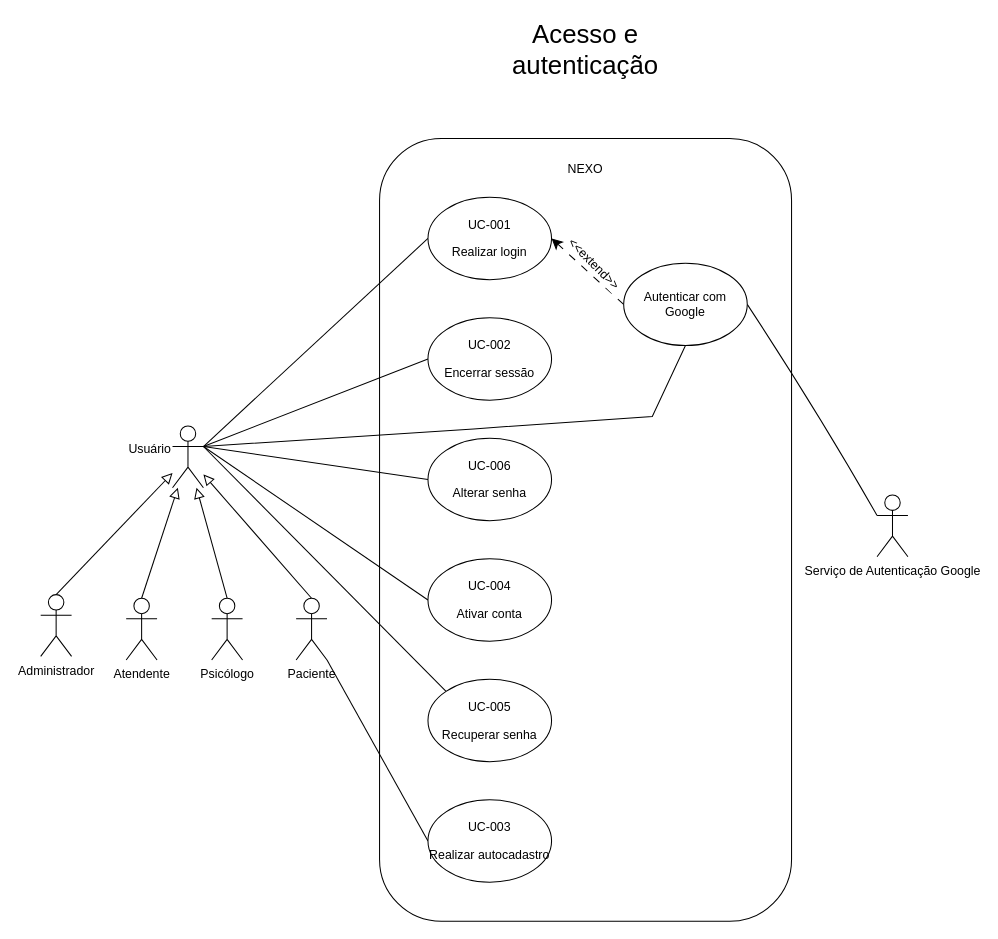
Above: page "Página-1" (1 of 11) of diagramas/casos-de-uso/diagramas-casos-de-uso.drawio in devcaline/nexo-modelagem (draw.io), before the change. Source tidied: cells renumbered, new cells numbered last; positions are measured from the earlier drawing's top-left corner, leaving out a move shared by most shapes. Both pictures are drawn from the tidied source at 103%, with x=0, y=0 at pixel (40, 33).
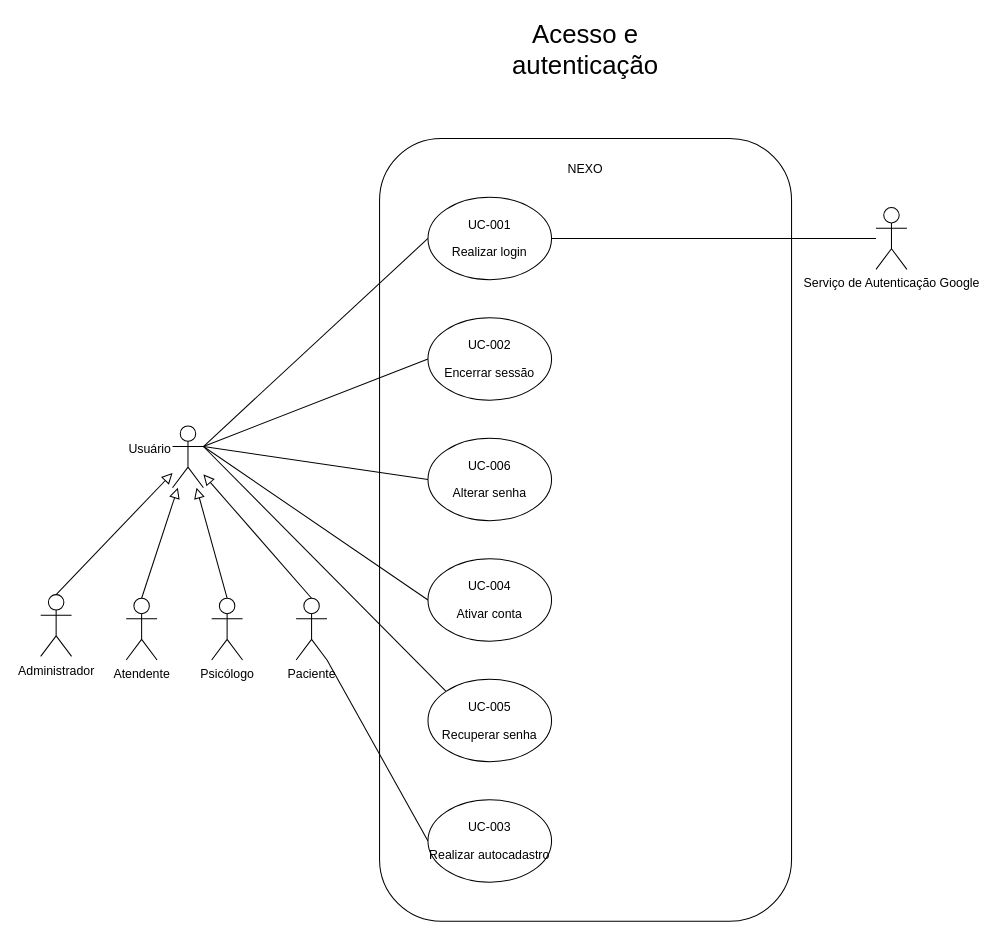
The same diagram, later.

Unchanged cells that the change refers to:
```xml
<mxCell id="9" value="Usuário&lt;div&gt;&lt;br&gt;&lt;/div&gt;" style="shape=umlActor;labelPosition=left;verticalLabelPosition=middle;align=right;verticalAlign=middle;html=1;outlineConnect=0;" parent="1" vertex="1">
  <mxGeometry x="128" y="381" width="30" height="60" as="geometry" />
</mxCell>
<mxCell id="23" value="&lt;p&gt;UC-001&lt;/p&gt;&lt;p&gt;Realizar login&lt;/p&gt;" style="ellipse;whiteSpace=wrap;html=1;shapeInside=1;" parent="1" vertex="1">
  <mxGeometry x="376" y="159" width="120" height="80" as="geometry" />
</mxCell>
```

Change to the diagram source:
```diff
@@
-    <mxCell id="8" style="edgeStyle=none;curved=0;rounded=0;jettySize=auto;html=1;exitX=1;exitY=0.3333333333333333;exitDx=0;exitDy=0;exitPerimeter=0;entryX=0.5;entryY=1;entryDx=0;entryDy=0;fontSize=12;startSize=8;endSize=8;endArrow=none;endFill=0;" parent="1" edge="1" source="9" target="26">
-      <mxGeometry x="0.03" relative="1" as="geometry">
-        <Array as="points">
-          <mxPoint x="420.3" y="383.9" />
-          <mxPoint x="593.8" y="371.8" />
-        </Array>
-      </mxGeometry>
-    </mxCell>
@@
-    <mxCell id="16" style="edgeStyle=none;curved=1;rounded=0;curveGeometry=1;jettySize=auto;html=1;exitX=0;exitY=0.3333333333333333;exitDx=0;exitDy=0;exitPerimeter=0;entryX=1;entryY=0.5;entryDx=0;entryDy=0;fontSize=12;startSize=8;endSize=8;endArrow=none;endFill=0;" parent="1" edge="1" source="17" target="26">
-      <mxGeometry relative="1" as="geometry">
-        <Array as="points">
-          <mxPoint x="756.6" y="370.6" />
-        </Array>
-      </mxGeometry>
-    </mxCell>
     <mxCell id="17" value="Serviço de Autenticação Google" style="shape=umlActor;verticalLabelPosition=bottom;verticalAlign=top;html=1;outlineConnect=0;" parent="1" vertex="1">
-      <mxGeometry x="812" y="448" width="30" height="60" as="geometry" />
+      <mxGeometry x="811" y="169" width="30" height="60" as="geometry" />
     </mxCell>
@@
-    <mxCell id="24" style="edgeStyle=none;curved=1;rounded=0;curveGeometry=1;jettySize=auto;html=1;exitX=0;exitY=0.5;exitDx=0;exitDy=0;entryX=1;entryY=0.5;entryDx=0;entryDy=0;fontSize=12;startSize=8;endSize=8;dashed=1;dashPattern=8 8;" parent="1" edge="1" source="26" target="23">
-      <mxGeometry relative="1" as="geometry" />
-    </mxCell>
-    <mxCell id="25" value="&amp;lt;&amp;lt;extend&amp;gt;&amp;gt;" style="edgeLabel;html=1;align=center;verticalAlign=middle;fontSize=12;rotation=45;" parent="24" vertex="1">
-      <mxGeometry x="0.01" y="-10" relative="1" as="geometry" />
-    </mxCell>
-    <mxCell id="26" value="Autenticar com Google" style="ellipse;whiteSpace=wrap;html=1;shapeInside=1;" parent="1" vertex="1">
-      <mxGeometry x="566" y="223" width="120" height="80" as="geometry" />
-    </mxCell>
@@
+    <mxCell id="32" style="edgeStyle=none;rounded=0;html=1;endArrow=none;endFill=0;exitX=1;exitY=0.5;exitDx=0;exitDy=0;entryX=0;entryY=0.5;entryDx=0;entryDy=0;entryPerimeter=0;" parent="1" edge="1" source="23" target="17">
+      <mxGeometry relative="1" as="geometry" />
+    </mxCell>
```
